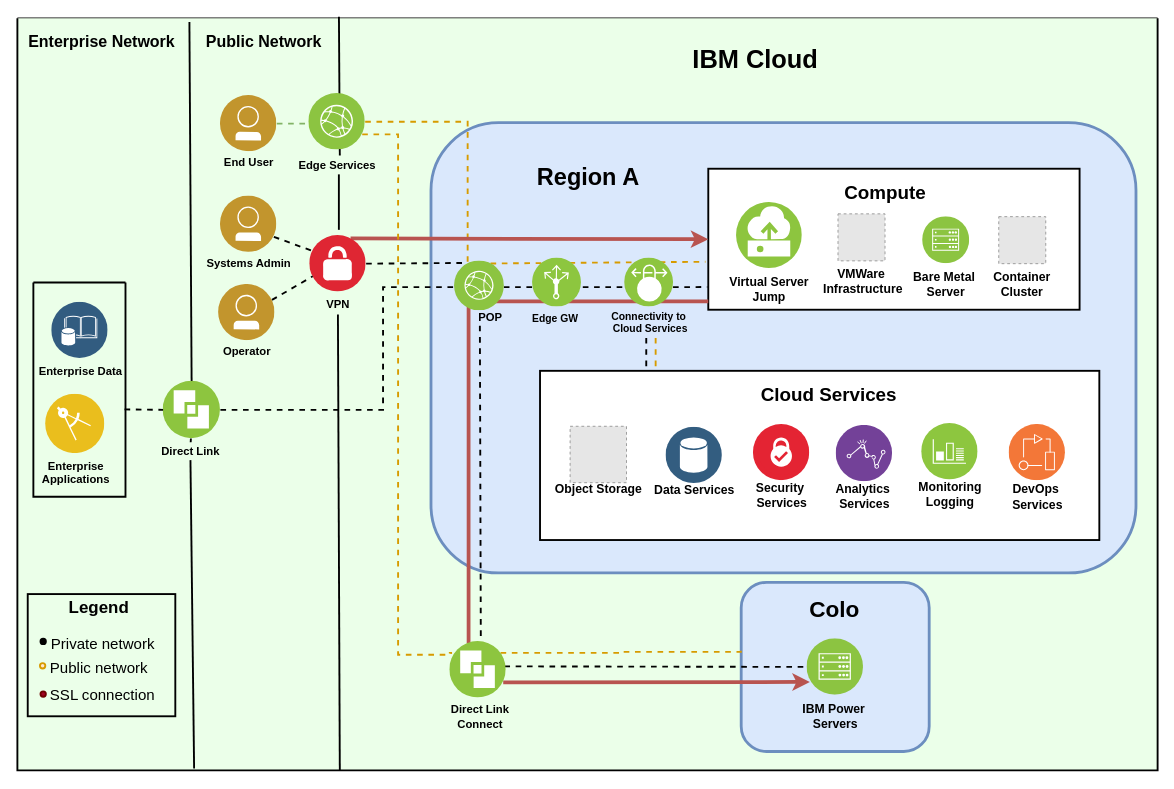
Above: page "network-private-ssl" (1 of 8) of diagrams/power-iaas-diagram-enhanced.drawio in ibm-cloud-docs/power-iaas (draw.io), before the change. Source tidied: cells renumbered, new cells numbered last; positions are measured from the earlier drawing's top-left corner, leaving out a move shared by most shapes. Both pictures are drawn from the tidied source at 94%, with x=0, y=0 at pixel (17, 18). Pictures stored in the file or linked from it are replaced by grey dashed boxes.
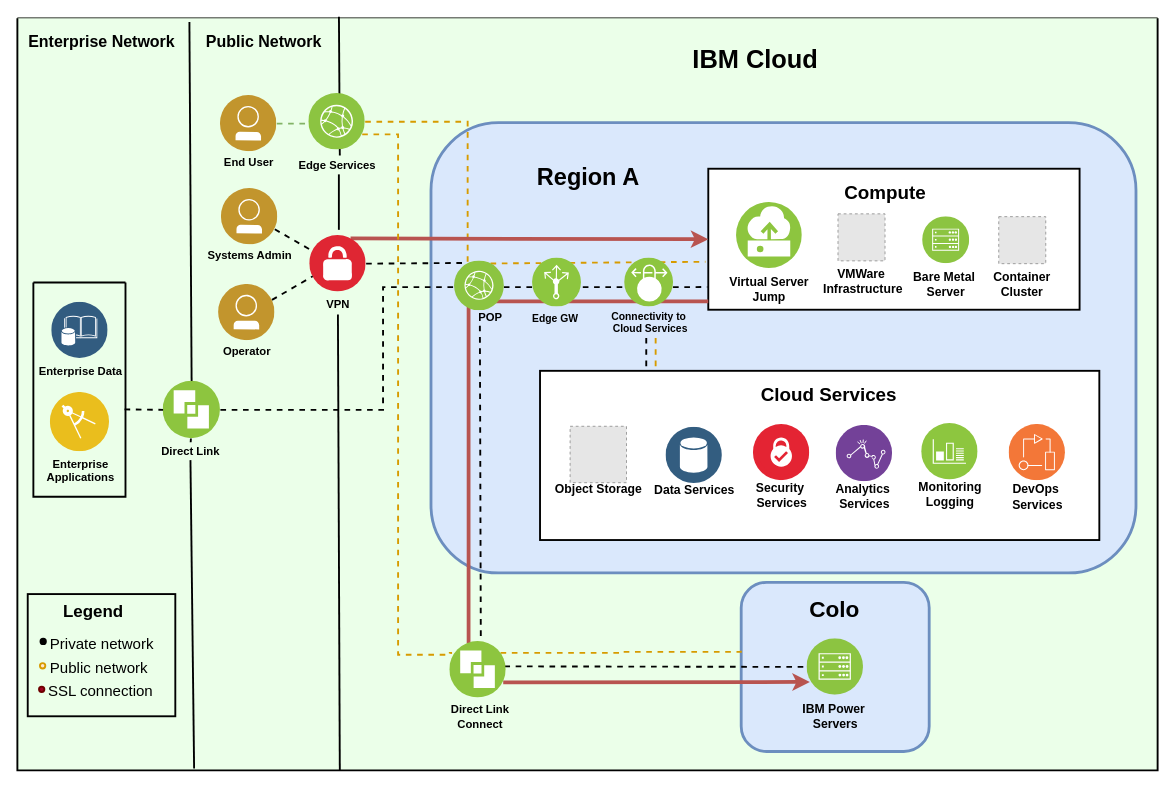
The same page after the edit.

The change refers to these unchanged cells:
```xml
<mxCell id="4" style="swimlane;shadow=0;align=right;startSize=0;strokeWidth=2;fontStyle=1;fontSize=10;verticalAlign=top;spacingTop=-6;html=1;labelBackgroundColor=none;swimlaneLine=1;swimlaneFillColor=#EBFFE9;" parent="3" vertex="1">
  <mxGeometry width="1213" height="800" as="geometry" />
</mxCell>
<mxCell id="11" style="swimlane;shadow=0;align=right;startSize=0;strokeWidth=2;fontColor=#000000;html=1;labelBackgroundColor=none;fontStyle=1;" parent="4" vertex="1">
  <mxGeometry x="17" y="281" width="98" height="228" as="geometry" />
</mxCell>
```

The edit, as a diff of the source:
```diff
@@
-    <mxCell id="2" style="group;" parent="1" vertex="1">
+    <mxCell id="2" style="group;fillColor=#ffffff;strokeColor=#82b366;" parent="1" vertex="1">
       <mxGeometry width="1213" height="800" as="geometry" />
     </mxCell>
@@
     <mxCell id="9" value="&lt;font style=&quot;font-size: 18px&quot;&gt;Legend&lt;/font&gt;" style="text;align=left;verticalAlign=middle;fontColor=#000000;shadow=0;dashed=0;strokeColor=none;fillColor=none;labelBackgroundColor=none;fontStyle=1;fontSize=14;spacingLeft=0;html=1;" parent="4" vertex="1">
-      <mxGeometry x="53" y="617" width="76" height="20" as="geometry" />
+      <mxGeometry x="47" y="621" width="76" height="20" as="geometry" />
     </mxCell>
@@
+    <mxCell id="59" value="Enterprise&lt;br&gt;Applications" style="perimeter=ellipsePerimeter;align=center;shadow=0;dashed=0;image;image=img/lib/ibm/applications/enterprise_applications.svg;labelBackgroundColor=none;strokeColor=#666666;strokeWidth=2;fillColor=#C2952D;gradientColor=none;fontSize=12;fontColor=#000000;html=1;fontStyle=1;" parent="11" vertex="1">
+      <mxGeometry x="18" y="117" width="63" height="63" as="geometry" />
+    </mxCell>
@@
     <mxCell id="23" value="&lt;div&gt;Systems Admin&lt;/div&gt;" style="perimeter=ellipsePerimeter;align=center;shadow=0;dashed=0;image;image=img/lib/ibm/users/user.svg;labelBackgroundColor=none;strokeColor=#666666;strokeWidth=2;fillColor=#C2952D;gradientColor=none;fontSize=12;fontColor=#000000;spacingTop=0;spacing=0;html=1;fontStyle=1;" parent="4" vertex="1">
-      <mxGeometry x="216" y="189" width="60" height="60" as="geometry" />
+      <mxGeometry x="217" y="181" width="60" height="60" as="geometry" />
     </mxCell>
@@
     <mxCell id="46" style="group;" parent="4" vertex="1">
-      <mxGeometry x="24" y="653" width="134" height="75" as="geometry" />
+      <mxGeometry x="24" y="653" width="206.5" height="75" as="geometry" />
     </mxCell>
+    <mxCell id="80" style="group;" parent="46" vertex="1">
+      <mxGeometry x="0.6" width="205.8" height="33" as="geometry" />
+    </mxCell>
-    <mxCell id="47" value="Private network" style="text;html=1;align=left;verticalAlign=top;spacingTop=-4;fontSize=16;fontColor=none;" parent="46" vertex="1">
-      <mxGeometry x="9.5" width="197" height="33" as="geometry" />
+    <mxCell id="47" value="Private network" style="text;html=1;align=left;verticalAlign=top;spacingTop=-4;fontSize=16;fontColor=none;" parent="80" vertex="1">
+      <mxGeometry x="8.8" width="197" height="33" as="geometry" />
     </mxCell>
+    <mxCell id="51" style="ellipse;whiteSpace=wrap;html=1;labelBackgroundColor=none;strokeWidth=2;fillColor=#000000;fontSize=16;fontColor=none;align=right;" parent="80" vertex="1">
+      <mxGeometry y="7" width="5.7" height="5.7" as="geometry" />
+    </mxCell>
+    <mxCell id="81" style="group;" parent="46" vertex="1">
+      <mxGeometry y="26" width="123.8" height="20" as="geometry" />
+    </mxCell>
-    <mxCell id="48" value="Public network&lt;br&gt;" style="text;html=1;align=left;verticalAlign=top;spacingTop=-4;fontSize=16;fontColor=none;" parent="46" vertex="1">
-      <mxGeometry x="8.8" y="26" width="115" height="20" as="geometry" />
+    <mxCell id="48" value="Public network&lt;br&gt;" style="text;html=1;align=left;verticalAlign=top;spacingTop=-4;fontSize=16;fontColor=none;" parent="81" vertex="1">
+      <mxGeometry x="8.8" width="115" height="20" as="geometry" />
     </mxCell>
-    <mxCell id="49" style="ellipse;whiteSpace=wrap;html=1;labelBackgroundColor=none;strokeWidth=2;fillColor=#ffe6cc;fontSize=16;align=right;strokeColor=#d79b00;" parent="46" vertex="1">
-      <mxGeometry y="33" width="5.7" height="5.7" as="geometry" />
+    <mxCell id="49" style="ellipse;whiteSpace=wrap;html=1;labelBackgroundColor=none;strokeWidth=2;fillColor=#ffe6cc;fontSize=16;align=right;strokeColor=#d79b00;" parent="81" vertex="1">
+      <mxGeometry y="7" width="5.7" height="5.7" as="geometry" />
     </mxCell>
+    <mxCell id="53" value="&lt;b style=&quot;font-size: 25px;&quot;&gt;Region A&lt;/b&gt;" style="text;html=1;align=center;verticalAlign=middle;fillColor=none;strokeColor=none;rounded=0;dashed=1;labelBackgroundColor=none;fontSize=25;" parent="4" vertex="1">
+      <mxGeometry x="546.5" y="153" width="120" height="30" as="geometry" />
+    </mxCell>
+    <mxCell id="82" style="group;" parent="4" vertex="1">
+      <mxGeometry x="23" y="703" width="130.2" height="20" as="geometry" />
+    </mxCell>
+    <mxCell id="52" value="SSL connection" style="text;html=1;align=left;verticalAlign=top;spacingTop=-4;fontSize=16;fontColor=none;" parent="82" vertex="1">
+      <mxGeometry x="8.2" width="122" height="20" as="geometry" />
+    </mxCell>
-    <mxCell id="50" style="ellipse;whiteSpace=wrap;html=1;labelBackgroundColor=none;strokeWidth=2;fillColor=#a20025;fontSize=10;align=right;strokeColor=#6F0000;fontColor=#ffffff;" parent="46" vertex="1">
-      <mxGeometry x="0.6" y="63" width="5.7" height="5.7" as="geometry" />
+    <mxCell id="50" style="ellipse;whiteSpace=wrap;html=1;labelBackgroundColor=none;strokeWidth=2;fillColor=#a20025;fontSize=10;align=right;strokeColor=#6F0000;fontColor=#ffffff;" parent="82" vertex="1">
+      <mxGeometry y="8" width="5.7" height="5.7" as="geometry" />
     </mxCell>
-    <mxCell id="51" style="ellipse;whiteSpace=wrap;html=1;labelBackgroundColor=none;strokeWidth=2;fillColor=#000000;fontSize=16;fontColor=none;align=right;" parent="46" vertex="1">
-      <mxGeometry x="0.6" y="7" width="5.7" height="5.7" as="geometry" />
-    </mxCell>
-    <mxCell id="52" value="SSL connection" style="text;html=1;align=left;verticalAlign=top;spacingTop=-4;fontSize=16;fontColor=none;" parent="46" vertex="1">
-      <mxGeometry x="8.8" y="55" width="122" height="20" as="geometry" />
-    </mxCell>
-    <mxCell id="53" value="&lt;b style=&quot;font-size: 25px;&quot;&gt;Region A&lt;/b&gt;" style="text;html=1;align=center;verticalAlign=middle;fillColor=none;strokeColor=none;rounded=0;dashed=1;labelBackgroundColor=none;fontSize=25;" parent="4" vertex="1">
-      <mxGeometry x="546.5" y="153" width="120" height="30" as="geometry" />
-    </mxCell>
@@
-    <mxCell id="59" value="Enterprise&lt;br&gt;Applications" style="perimeter=ellipsePerimeter;align=center;shadow=0;dashed=0;image;image=img/lib/ibm/applications/enterprise_applications.svg;labelBackgroundColor=none;strokeColor=#666666;strokeWidth=2;fillColor=#C2952D;gradientColor=none;fontSize=12;fontColor=#000000;html=1;fontStyle=1;" parent="57" vertex="1">
-      <mxGeometry x="30" y="400" width="63" height="63" as="geometry" />
-    </mxCell>
```
